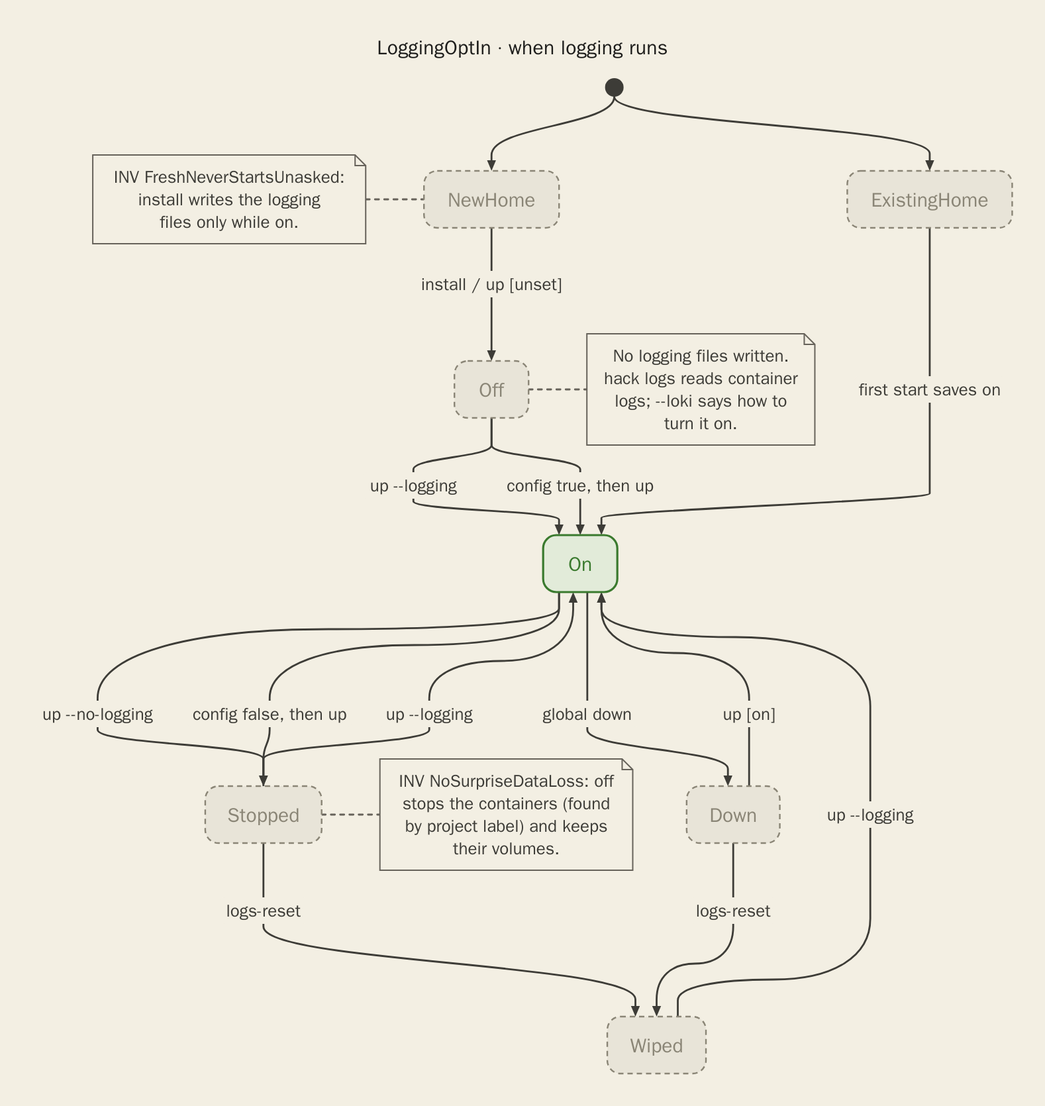
hack-dance/hack keeps this Mermaid diagram as docs/diagrams/global-logging-optin.png. Above is the earlier version. Its source is kept beside it as docs/diagrams/global-logging-optin.mmd.
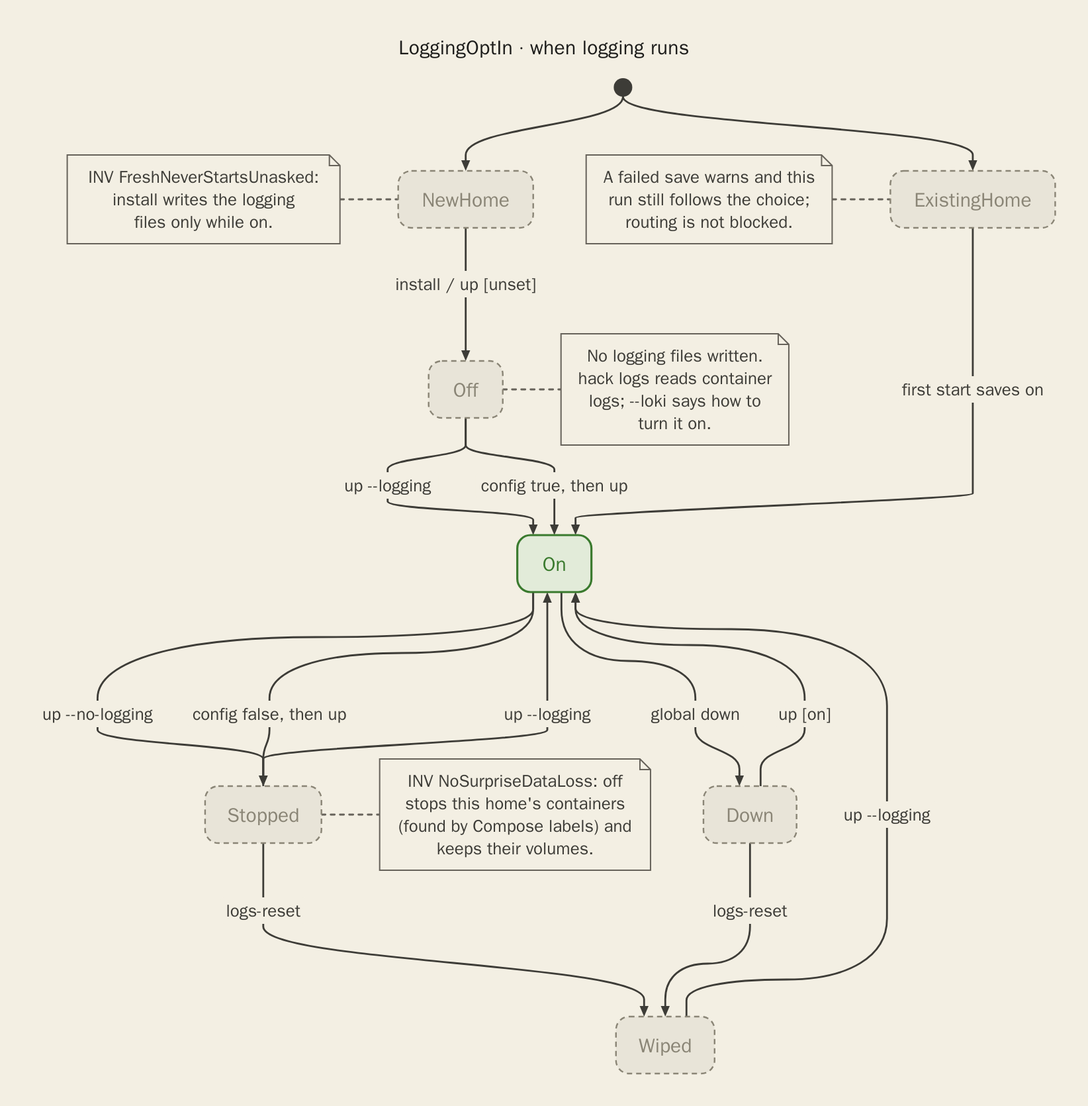
The same diagram one commit later.

Change to the diagram source:
```diff
@@ -25,9 +25,14 @@
   end note
   note right of Stopped
     INV NoSurpriseDataLoss: off
-    stops the containers (found
-    by project label) and keeps
-    their volumes.
+    stops this home's containers
+    (found by Compose labels) and
+    keeps their volumes.
+  end note
+  note left of ExistingHome
+    A failed save warns and this
+    run still follows the choice;
+    routing is not blocked.
   end note
   note left of NewHome
     INV FreshNeverStartsUnasked:
```
